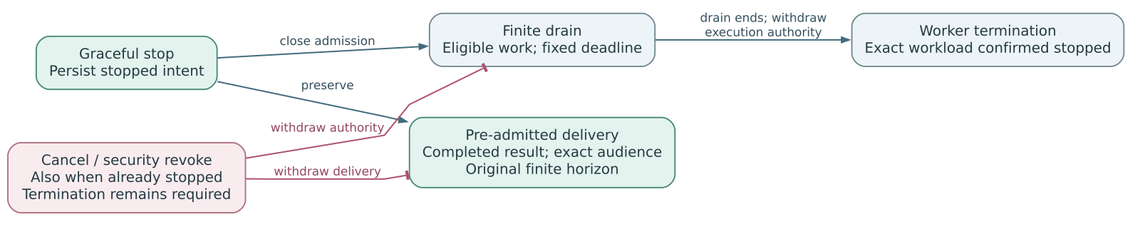
Earlier version of the Graphviz export rfcs/0037/stop-and-delivery.png (openclaw/rfcs). Its source is kept beside it as rfcs/0037/stop-and-delivery.dot. Source of this version:
```dot
digraph StopAndDelivery {
  graph [
    rankdir=LR,
    bgcolor="white",
    fontname="DejaVu Sans",
    fontsize=13,
    nodesep=0.34,
    ranksep=0.62,
    margin=0.08,
    pad=0.10,
    size="11,3.1",
    dpi=100,
    splines=polyline
  ];
  node [
    shape=box,
    style="rounded,filled",
    fontname="DejaVu Sans",
    fontsize=13,
    color="#708791",
    fillcolor="#EDF4F7",
    fontcolor="#243A42",
    penwidth=1.2,
    margin="0.16,0.12"
  ];
  edge [
    fontname="DejaVu Sans",
    fontsize=11,
    color="#426C7C",
    fontcolor="#344F5C",
    arrowsize=0.7,
    penwidth=1.3
  ];

  stop [label="Graceful stop\nPersist stopped intent", fillcolor="#E4F3EE", color="#458878"];
  drain [label="Finite drain\nEligible work; fixed deadline"];
  termination [label="Worker termination\nExact workload confirmed stopped"];
  delivery [label="Pre-admitted delivery\nCompleted result; exact audience\nOriginal finite horizon", fillcolor="#E4F3EE", color="#458878"];
  revoke [label="Cancel / security revoke\nAlso when already stopped\nTermination remains required", fillcolor="#F9ECEF", color="#AE6D7D"];

  { rank=same; stop; revoke; }
  { rank=same; drain; delivery; }

  stop -> drain [label="close admission"];
  stop -> delivery [label="preserve"];
  drain -> termination [label="drain ends; withdraw\nexecution authority"];
  revoke -> drain [label="withdraw authority", color="#AD526C", fontcolor="#92465B", arrowhead=tee, constraint=false];
  revoke -> delivery [label="withdraw delivery", color="#AD526C", fontcolor="#92465B", arrowhead=tee];
}
```
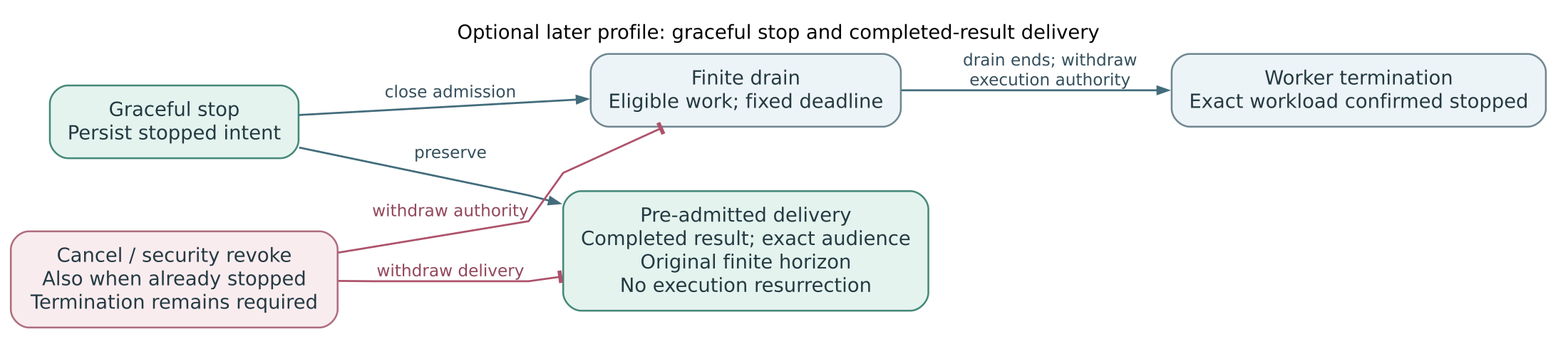
The same file after the commit.

Commit message:
docs: separate runtime safety from later lifecycle controls

Change to the diagram source:
```diff
@@ -4,6 +4,8 @@
     bgcolor="white",
     fontname="DejaVu Sans",
     fontsize=13,
+    label="Optional later profile: graceful stop and completed-result delivery",
+    labelloc="t",
     nodesep=0.34,
     ranksep=0.62,
     margin=0.08,
@@ -35,7 +37,7 @@
   stop [label="Graceful stop\nPersist stopped intent", fillcolor="#E4F3EE", color="#458878"];
   drain [label="Finite drain\nEligible work; fixed deadline"];
   termination [label="Worker termination\nExact workload confirmed stopped"];
-  delivery [label="Pre-admitted delivery\nCompleted result; exact audience\nOriginal finite horizon", fillcolor="#E4F3EE", color="#458878"];
+  delivery [label="Pre-admitted delivery\nCompleted result; exact audience\nOriginal finite horizon\nNo execution resurrection", fillcolor="#E4F3EE", color="#458878"];
   revoke [label="Cancel / security revoke\nAlso when already stopped\nTermination remains required", fillcolor="#F9ECEF", color="#AE6D7D"];
 
   { rank=same; stop; revoke; }
```
